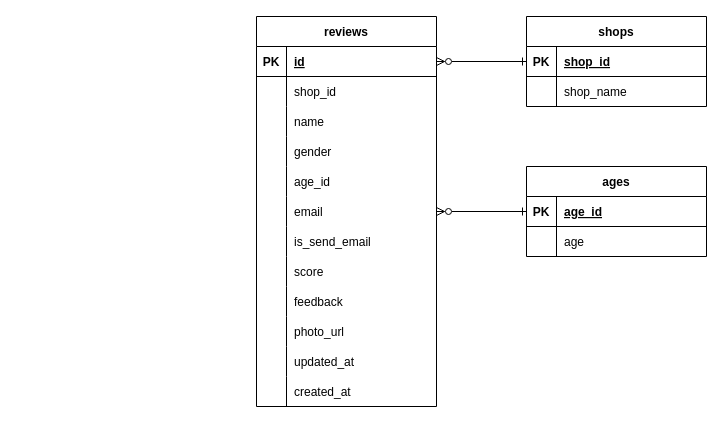
junichi4250/questionary keeps this draw.io diagram as ER.dio. Above is the earlier version. Source tidied: cells renumbered, new cells numbered last; positions are measured from the earlier drawing's top-left corner, leaving out a move shared by most shapes. Both pictures are drawn from the tidied source at 100%, with x=0, y=0 at pixel (256, 16).
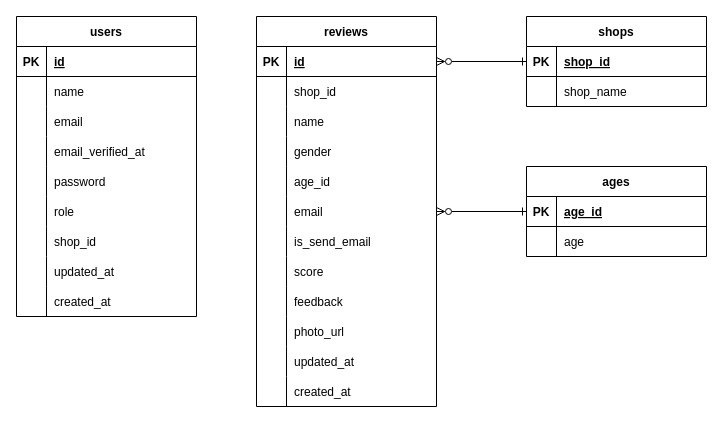
The same diagram, later.

The edit, as a diff of the source:
```diff
@@
+    <mxCell id="55" value="users" style="shape=table;startSize=30;childLayout=tableLayout;rowLines=0;fontStyle=1;align=center;" parent="1" vertex="1">
+      <mxGeometry x="-240" width="180" height="300" as="geometry" />
+    </mxCell>
+    <mxCell id="56" style="shape=partialRectangle;fillColor=none;top=0;left=0;bottom=1;right=0;" parent="55" vertex="1">
+      <mxGeometry y="30" width="180" height="30" as="geometry" />
+    </mxCell>
+    <mxCell id="57" value="PK" style="shape=partialRectangle;fillColor=none;top=0;left=0;bottom=0;right=0;fontStyle=1;overflow=hidden;" parent="56" vertex="1">
+      <mxGeometry width="30" height="30" as="geometry" />
+    </mxCell>
+    <mxCell id="58" value="id" style="shape=partialRectangle;fillColor=none;top=0;left=0;bottom=0;right=0;align=left;spacingLeft=6;fontStyle=5;overflow=hidden;" parent="56" vertex="1">
+      <mxGeometry x="30" width="150" height="30" as="geometry" />
+    </mxCell>
+    <mxCell id="59" style="shape=partialRectangle;fillColor=none;top=0;left=0;bottom=0;right=0;" parent="55" vertex="1">
+      <mxGeometry y="60" width="180" height="30" as="geometry" />
+    </mxCell>
+    <mxCell id="60" style="shape=partialRectangle;fillColor=none;top=0;left=0;bottom=0;right=0;overflow=hidden;" parent="59" vertex="1">
+      <mxGeometry width="30" height="30" as="geometry" />
+    </mxCell>
+    <mxCell id="61" value="name" style="shape=partialRectangle;fillColor=none;top=0;left=0;bottom=0;right=0;align=left;spacingLeft=6;overflow=hidden;" parent="59" vertex="1">
+      <mxGeometry x="30" width="150" height="30" as="geometry" />
+    </mxCell>
+    <mxCell id="62" style="shape=partialRectangle;fillColor=none;top=0;left=0;bottom=0;right=0;" parent="55" vertex="1">
+      <mxGeometry y="90" width="180" height="30" as="geometry" />
+    </mxCell>
+    <mxCell id="63" style="shape=partialRectangle;fillColor=none;top=0;left=0;bottom=0;right=0;overflow=hidden;" parent="62" vertex="1">
+      <mxGeometry width="30" height="30" as="geometry" />
+    </mxCell>
+    <mxCell id="64" value="email" style="shape=partialRectangle;fillColor=none;top=0;left=0;bottom=0;right=0;align=left;spacingLeft=6;overflow=hidden;" parent="62" vertex="1">
+      <mxGeometry x="30" width="150" height="30" as="geometry" />
+    </mxCell>
+    <mxCell id="65" style="shape=partialRectangle;fillColor=none;top=0;left=0;bottom=0;right=0;" parent="55" vertex="1">
+      <mxGeometry y="120" width="180" height="30" as="geometry" />
+    </mxCell>
+    <mxCell id="66" style="shape=partialRectangle;fillColor=none;top=0;left=0;bottom=0;right=0;overflow=hidden;" parent="65" vertex="1">
+      <mxGeometry width="30" height="30" as="geometry" />
+    </mxCell>
+    <mxCell id="67" value="email_verified_at" style="shape=partialRectangle;fillColor=none;top=0;left=0;bottom=0;right=0;align=left;spacingLeft=6;overflow=hidden;" parent="65" vertex="1">
+      <mxGeometry x="30" width="150" height="30" as="geometry" />
+    </mxCell>
+    <mxCell id="68" style="shape=partialRectangle;fillColor=none;top=0;left=0;bottom=0;right=0;" parent="55" vertex="1">
+      <mxGeometry y="150" width="180" height="30" as="geometry" />
+    </mxCell>
+    <mxCell id="69" style="shape=partialRectangle;fillColor=none;top=0;left=0;bottom=0;right=0;overflow=hidden;" parent="68" vertex="1">
+      <mxGeometry width="30" height="30" as="geometry" />
+    </mxCell>
+    <mxCell id="70" value="password" style="shape=partialRectangle;fillColor=none;top=0;left=0;bottom=0;right=0;align=left;spacingLeft=6;overflow=hidden;" parent="68" vertex="1">
+      <mxGeometry x="30" width="150" height="30" as="geometry" />
+    </mxCell>
+    <mxCell id="71" style="shape=partialRectangle;fillColor=none;top=0;left=0;bottom=0;right=0;" parent="55" vertex="1">
+      <mxGeometry y="180" width="180" height="30" as="geometry" />
+    </mxCell>
+    <mxCell id="72" style="shape=partialRectangle;fillColor=none;top=0;left=0;bottom=0;right=0;overflow=hidden;" parent="71" vertex="1">
+      <mxGeometry width="30" height="30" as="geometry" />
+    </mxCell>
+    <mxCell id="73" value="role" style="shape=partialRectangle;fillColor=none;top=0;left=0;bottom=0;right=0;align=left;spacingLeft=6;overflow=hidden;" parent="71" vertex="1">
+      <mxGeometry x="30" width="150" height="30" as="geometry" />
+    </mxCell>
+    <mxCell id="74" style="shape=partialRectangle;fillColor=none;top=0;left=0;bottom=0;right=0;" parent="55" vertex="1">
+      <mxGeometry y="210" width="180" height="30" as="geometry" />
+    </mxCell>
+    <mxCell id="75" style="shape=partialRectangle;fillColor=none;top=0;left=0;bottom=0;right=0;overflow=hidden;" parent="74" vertex="1">
+      <mxGeometry width="30" height="30" as="geometry" />
+    </mxCell>
+    <mxCell id="76" value="shop_id" style="shape=partialRectangle;fillColor=none;top=0;left=0;bottom=0;right=0;align=left;spacingLeft=6;overflow=hidden;" parent="74" vertex="1">
+      <mxGeometry x="30" width="150" height="30" as="geometry" />
+    </mxCell>
+    <mxCell id="77" style="shape=partialRectangle;fillColor=none;top=0;left=0;bottom=0;right=0;" parent="55" vertex="1">
+      <mxGeometry y="240" width="180" height="30" as="geometry" />
+    </mxCell>
+    <mxCell id="78" style="shape=partialRectangle;fillColor=none;top=0;left=0;bottom=0;right=0;overflow=hidden;" parent="77" vertex="1">
+      <mxGeometry width="30" height="30" as="geometry" />
+    </mxCell>
+    <mxCell id="79" value="updated_at" style="shape=partialRectangle;fillColor=none;top=0;left=0;bottom=0;right=0;align=left;spacingLeft=6;overflow=hidden;" parent="77" vertex="1">
+      <mxGeometry x="30" width="150" height="30" as="geometry" />
+    </mxCell>
+    <mxCell id="80" style="shape=partialRectangle;fillColor=none;top=0;left=0;bottom=0;right=0;" parent="55" vertex="1">
+      <mxGeometry y="270" width="180" height="30" as="geometry" />
+    </mxCell>
+    <mxCell id="81" style="shape=partialRectangle;fillColor=none;top=0;left=0;bottom=0;right=0;overflow=hidden;" parent="80" vertex="1">
+      <mxGeometry width="30" height="30" as="geometry" />
+    </mxCell>
+    <mxCell id="82" value="created_at" style="shape=partialRectangle;fillColor=none;top=0;left=0;bottom=0;right=0;align=left;spacingLeft=6;overflow=hidden;" parent="80" vertex="1">
+      <mxGeometry x="30" width="150" height="30" as="geometry" />
+    </mxCell>
```
